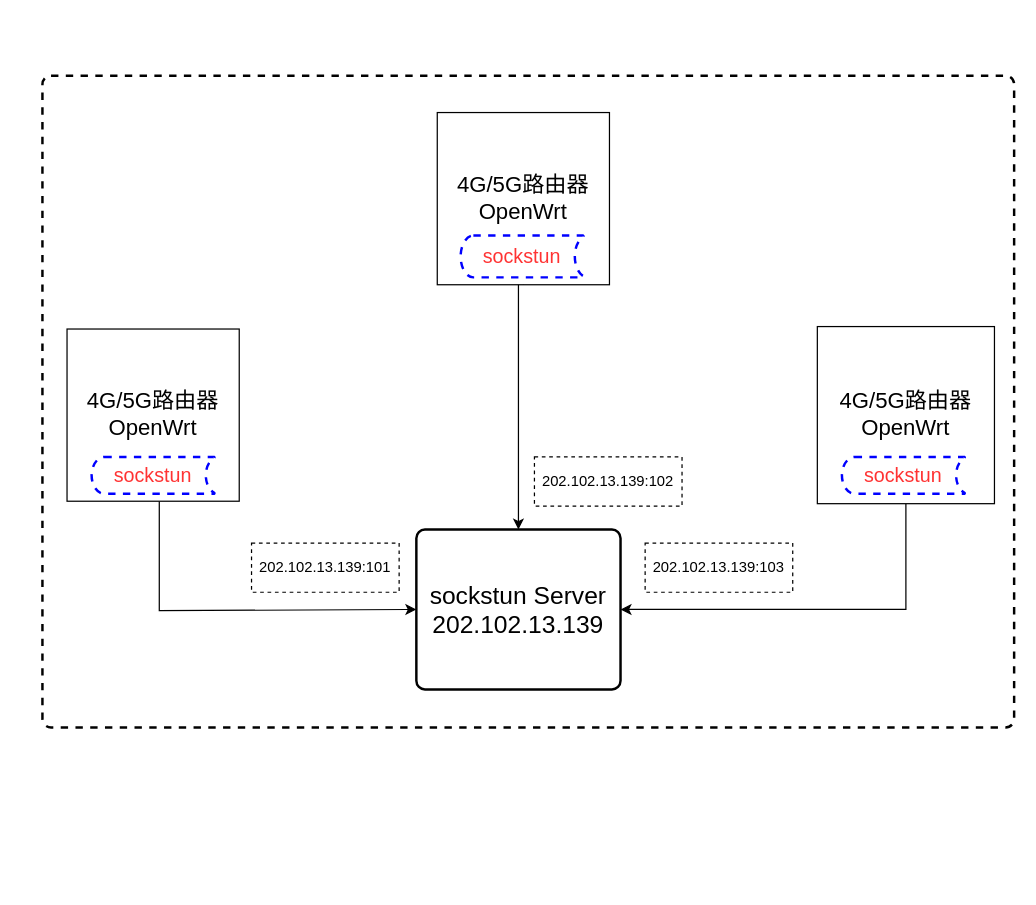
The draw.io diagram sockstun.drawio in nxtreaming/andy_study, before the edit. Source tidied: cells renumbered, new cells numbered last; positions are measured from the earlier drawing's top-left corner, leaving out a move shared by most shapes. Both pictures are drawn from the tidied source at 123%, with x=0, y=0 at pixel (42, 75).
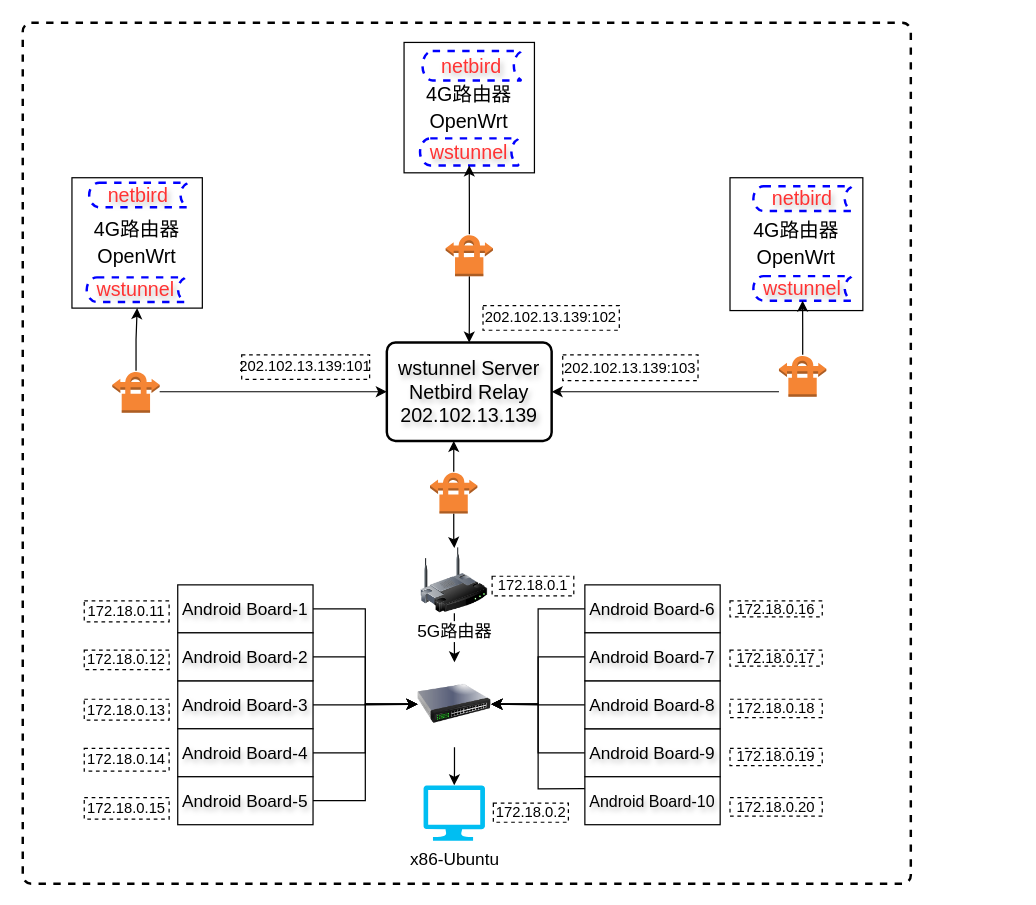
The same diagram, later.

The edit, as a diff of the source:
```diff
@@
     <mxCell id="2" style="rounded=1;whiteSpace=wrap;html=1;absoluteArcSize=1;arcSize=14;strokeWidth=2;dashed=1;" parent="1" vertex="1">
-      <mxGeometry width="790" height="530" as="geometry" />
+      <mxGeometry x="-16" y="-43" width="722" height="700" as="geometry" />
     </mxCell>
-    <mxCell id="3" style="edgeStyle=orthogonalEdgeStyle;rounded=0;jettySize=auto;html=1;entryX=0;entryY=0.5;entryDx=0;entryDy=0;" parent="1" edge="1" source="4" target="12">
-      <mxGeometry relative="1" as="geometry">
-        <Array as="points">
-          <mxPoint x="95" y="435" />
-        </Array>
-      </mxGeometry>
-    </mxCell>
-    <mxCell id="4" value="4G/5G路由器&lt;br style=&quot;font-size: 18px;&quot;&gt;OpenWrt" style="whiteSpace=wrap;html=1;fontSize=18;" parent="1" vertex="1">
-      <mxGeometry x="20" y="206" width="140" height="140" as="geometry" />
+    <mxCell id="4" value="&lt;font style=&quot;font-size: 16px;&quot;&gt;4G路由器&lt;br style=&quot;&quot;&gt;OpenWrt&lt;/font&gt;" style="whiteSpace=wrap;html=1;fontSize=18;" parent="1" vertex="1">
+      <mxGeometry x="24" y="83" width="106" height="106" as="geometry" />
     </mxCell>
-    <mxCell id="5" value="&lt;font color=&quot;#ff3333&quot; style=&quot;font-size: 16px;&quot;&gt;sockstun&lt;/font&gt;" style="strokeWidth=2;html=1;shape=mxgraph.flowchart.stored_data;whiteSpace=wrap;dashed=1;strokeColor=#0000FF;" parent="1" vertex="1">
-      <mxGeometry x="40" y="310" width="100" height="30" as="geometry" />
+    <mxCell id="5" value="&lt;font color=&quot;#ff3333&quot; style=&quot;font-size: 16px;&quot;&gt;wstunnel&lt;/font&gt;" style="strokeWidth=2;html=1;shape=mxgraph.flowchart.stored_data;whiteSpace=wrap;dashed=1;strokeColor=#0000FF;textShadow=1;" parent="1" vertex="1">
+      <mxGeometry x="36" y="164" width="80" height="20" as="geometry" />
     </mxCell>
-    <mxCell id="6" style="edgeStyle=orthogonalEdgeStyle;rounded=0;jettySize=auto;html=1;exitX=0.5;exitY=1;exitDx=0;exitDy=0;entryX=0.5;entryY=0;entryDx=0;entryDy=0;" parent="1" edge="1" source="7" target="12">
-      <mxGeometry relative="1" as="geometry">
-        <Array as="points">
-          <mxPoint x="387" y="116" />
-        </Array>
-      </mxGeometry>
-    </mxCell>
-    <mxCell id="7" value="4G/5G路由器&lt;br style=&quot;font-size: 18px;&quot;&gt;OpenWrt" style="whiteSpace=wrap;html=1;fontSize=18;" parent="1" vertex="1">
-      <mxGeometry x="321" y="30" width="140" height="140" as="geometry" />
+    <mxCell id="7" value="&lt;font style=&quot;font-size: 16px;&quot;&gt;4G路由器&lt;br style=&quot;&quot;&gt;OpenWrt&lt;/font&gt;" style="whiteSpace=wrap;html=1;fontSize=18;" parent="1" vertex="1">
+      <mxGeometry x="294" y="-27" width="106" height="106" as="geometry" />
     </mxCell>
-    <mxCell id="8" value="&lt;font color=&quot;#ff3333&quot; style=&quot;font-size: 16px;&quot;&gt;sockstun&lt;/font&gt;" style="strokeWidth=2;html=1;shape=mxgraph.flowchart.stored_data;whiteSpace=wrap;dashed=1;strokeColor=#0000FF;" parent="1" vertex="1">
-      <mxGeometry x="340" y="130" width="100" height="34" as="geometry" />
+    <mxCell id="8" value="&lt;font color=&quot;#ff3333&quot; style=&quot;font-size: 16px;&quot;&gt;wstunnel&lt;/font&gt;" style="strokeWidth=2;html=1;shape=mxgraph.flowchart.stored_data;whiteSpace=wrap;dashed=1;strokeColor=#0000FF;textShadow=1;" parent="1" vertex="1">
+      <mxGeometry x="307" y="51" width="80" height="22" as="geometry" />
     </mxCell>
-    <mxCell id="9" style="edgeStyle=orthogonalEdgeStyle;rounded=0;jettySize=auto;html=1;exitX=0.5;exitY=1;exitDx=0;exitDy=0;entryX=1;entryY=0.5;entryDx=0;entryDy=0;" parent="1" edge="1" source="10" target="12">
-      <mxGeometry relative="1" as="geometry" />
-    </mxCell>
-    <mxCell id="10" value="4G/5G路由器&lt;br style=&quot;font-size: 18px;&quot;&gt;OpenWrt" style="whiteSpace=wrap;html=1;fontSize=18;" parent="1" vertex="1">
-      <mxGeometry x="630" y="204" width="144" height="144" as="geometry" />
+    <mxCell id="10" value="&lt;font style=&quot;font-size: 16px;&quot;&gt;4G路由器&lt;br style=&quot;&quot;&gt;OpenWrt&lt;/font&gt;" style="whiteSpace=wrap;html=1;fontSize=18;" parent="1" vertex="1">
+      <mxGeometry x="559" y="83" width="108" height="108" as="geometry" />
     </mxCell>
-    <mxCell id="11" value="&lt;font color=&quot;#ff3333&quot; style=&quot;font-size: 16px;&quot;&gt;sockstun&lt;/font&gt;" style="strokeWidth=2;html=1;shape=mxgraph.flowchart.stored_data;whiteSpace=wrap;dashed=1;strokeColor=#0000FF;" parent="1" vertex="1">
-      <mxGeometry x="650" y="310" width="100" height="30" as="geometry" />
+    <mxCell id="11" value="&lt;font color=&quot;#ff3333&quot; style=&quot;font-size: 16px;&quot;&gt;wstunnel&lt;/font&gt;" style="strokeWidth=2;html=1;shape=mxgraph.flowchart.stored_data;whiteSpace=wrap;dashed=1;strokeColor=#0000FF;textShadow=1;" parent="1" vertex="1">
+      <mxGeometry x="578" y="163" width="80" height="20" as="geometry" />
     </mxCell>
-    <mxCell id="12" value="&lt;font style=&quot;font-size: 20px;&quot;&gt;sockstun Server&lt;br&gt;202.102.13.139&lt;br&gt;&lt;/font&gt;" style="rounded=1;whiteSpace=wrap;html=1;absoluteArcSize=1;arcSize=14;strokeWidth=2;" parent="1" vertex="1">
-      <mxGeometry x="304" y="369" width="166" height="130" as="geometry" />
+    <mxCell id="12" value="&lt;font style=&quot;font-size: 16px;&quot;&gt;wstunnel Server&lt;/font&gt;&lt;div style=&quot;font-size: 16px;&quot;&gt;&lt;font style=&quot;font-size: 16px;&quot;&gt;&lt;font style=&quot;font-size: 16px;&quot;&gt;Netbird Relay&lt;br&gt;202.102.13.139&lt;/font&gt;&lt;br&gt;&lt;/font&gt;&lt;/div&gt;" style="rounded=1;whiteSpace=wrap;html=1;absoluteArcSize=1;arcSize=14;strokeWidth=2;textShadow=1;" parent="1" vertex="1">
+      <mxGeometry x="280" y="217" width="134" height="80" as="geometry" />
     </mxCell>
     <mxCell id="13" value="202.102.13.139:101" style="rounded=0;whiteSpace=wrap;html=1;dashed=1;" parent="1" vertex="1">
-      <mxGeometry x="170" y="380" width="120" height="40" as="geometry" />
+      <mxGeometry x="162" y="227" width="104" height="20" as="geometry" />
     </mxCell>
     <mxCell id="14" value="202.102.13.139:102" style="rounded=0;whiteSpace=wrap;html=1;dashed=1;" parent="1" vertex="1">
-      <mxGeometry x="400" y="310" width="120" height="40" as="geometry" />
+      <mxGeometry x="358.2" y="187" width="110.8" height="20" as="geometry" />
     </mxCell>
     <mxCell id="15" value="202.102.13.139:103" style="rounded=0;whiteSpace=wrap;html=1;strokeColor=default;dashed=1;" parent="1" vertex="1">
-      <mxGeometry x="490" y="380" width="120" height="40" as="geometry" />
+      <mxGeometry x="423" y="227" width="110" height="21" as="geometry" />
     </mxCell>
@@
+    <mxCell id="17" style="edgeStyle=orthogonalEdgeStyle;rounded=0;jettySize=auto;html=1;entryX=0.5;entryY=1;entryDx=0;entryDy=0;" parent="1" edge="1" source="19" target="4">
+      <mxGeometry relative="1" as="geometry" />
+    </mxCell>
+    <mxCell id="18" style="edgeStyle=orthogonalEdgeStyle;rounded=0;jettySize=auto;html=1;entryX=0;entryY=0.5;entryDx=0;entryDy=0;" parent="1" edge="1" source="19" target="12">
+      <mxGeometry relative="1" as="geometry" />
+    </mxCell>
+    <mxCell id="19" style="outlineConnect=0;dashed=0;verticalLabelPosition=bottom;verticalAlign=top;align=center;html=1;shape=mxgraph.aws3.vpn_connection;fillColor=#F58534;gradientColor=none;" parent="1" vertex="1">
+      <mxGeometry x="56.8" y="240" width="38.5" height="34" as="geometry" />
+    </mxCell>
+    <mxCell id="20" style="edgeStyle=orthogonalEdgeStyle;rounded=0;jettySize=auto;html=1;" parent="1" edge="1" source="22" target="8">
+      <mxGeometry relative="1" as="geometry" />
+    </mxCell>
+    <mxCell id="21" style="edgeStyle=orthogonalEdgeStyle;rounded=0;jettySize=auto;html=1;entryX=0.5;entryY=0;entryDx=0;entryDy=0;" parent="1" edge="1" source="22" target="12">
+      <mxGeometry relative="1" as="geometry" />
+    </mxCell>
+    <mxCell id="22" style="outlineConnect=0;dashed=0;verticalLabelPosition=bottom;verticalAlign=top;align=center;html=1;shape=mxgraph.aws3.vpn_connection;fillColor=#F58534;gradientColor=none;" parent="1" vertex="1">
+      <mxGeometry x="327.8" y="129" width="38.5" height="34" as="geometry" />
+    </mxCell>
+    <mxCell id="23" style="edgeStyle=orthogonalEdgeStyle;rounded=0;jettySize=auto;html=1;" parent="1" edge="1" source="25" target="11">
+      <mxGeometry relative="1" as="geometry" />
+    </mxCell>
+    <mxCell id="24" style="edgeStyle=orthogonalEdgeStyle;rounded=0;jettySize=auto;html=1;entryX=1;entryY=0.5;entryDx=0;entryDy=0;" parent="1" edge="1" source="25" target="12">
+      <mxGeometry relative="1" as="geometry">
+        <Array as="points">
+          <mxPoint x="584" y="257" />
+          <mxPoint x="584" y="257" />
+        </Array>
+      </mxGeometry>
+    </mxCell>
+    <mxCell id="25" style="outlineConnect=0;dashed=0;verticalLabelPosition=bottom;verticalAlign=top;align=center;html=1;shape=mxgraph.aws3.vpn_connection;fillColor=#F58534;gradientColor=none;" parent="1" vertex="1">
+      <mxGeometry x="598.8" y="227" width="38.5" height="34" as="geometry" />
+    </mxCell>
+    <mxCell id="26" value="&lt;font color=&quot;#ff3333&quot; style=&quot;font-size: 16px;&quot;&gt;netbird&lt;/font&gt;" style="strokeWidth=2;html=1;shape=mxgraph.flowchart.stored_data;whiteSpace=wrap;dashed=1;strokeColor=#0000FF;fillStyle=auto;textShadow=1;" parent="1" vertex="1">
+      <mxGeometry x="38" y="87" width="80" height="20" as="geometry" />
+    </mxCell>
+    <mxCell id="27" value="&lt;font color=&quot;#ff3333&quot; style=&quot;font-size: 16px;&quot;&gt;netbird&lt;/font&gt;" style="strokeWidth=2;html=1;shape=mxgraph.flowchart.stored_data;whiteSpace=wrap;dashed=1;strokeColor=#0000FF;textShadow=1;" parent="1" vertex="1">
+      <mxGeometry x="309" y="-20" width="80" height="24" as="geometry" />
+    </mxCell>
+    <mxCell id="28" value="&lt;font color=&quot;#ff3333&quot; style=&quot;font-size: 16px;&quot;&gt;netbird&lt;/font&gt;" style="strokeWidth=2;html=1;shape=mxgraph.flowchart.stored_data;whiteSpace=wrap;dashed=1;strokeColor=#0000FF;textShadow=1;" parent="1" vertex="1">
+      <mxGeometry x="578" y="90" width="80" height="20" as="geometry" />
+    </mxCell>
+    <mxCell id="29" style="edgeStyle=orthogonalEdgeStyle;rounded=0;jettySize=auto;html=1;" parent="1" edge="1" source="30" target="54">
+      <mxGeometry relative="1" as="geometry" />
+    </mxCell>
+    <mxCell id="30" style="image;html=1;image=img/lib/clip_art/networking/Switch_128x128.png;" parent="1" vertex="1">
+      <mxGeometry x="305" y="476" width="60" height="70" as="geometry" />
+    </mxCell>
+    <mxCell id="31" style="edgeStyle=orthogonalEdgeStyle;rounded=0;jettySize=auto;html=1;exitX=1;exitY=0.5;exitDx=0;exitDy=0;entryX=0;entryY=0.5;entryDx=0;entryDy=0;" parent="1" edge="1" source="32" target="30">
+      <mxGeometry relative="1" as="geometry" />
+    </mxCell>
+    <mxCell id="32" value="&lt;font style=&quot;font-size: 14px;&quot;&gt;Android Board-3&lt;/font&gt;" style="rounded=0;whiteSpace=wrap;html=1;textShadow=1;" parent="1" vertex="1">
+      <mxGeometry x="110" y="492" width="110" height="39" as="geometry" />
+    </mxCell>
+    <mxCell id="33" style="edgeStyle=orthogonalEdgeStyle;rounded=0;jettySize=auto;html=1;entryX=0;entryY=0.5;entryDx=0;entryDy=0;" parent="1" edge="1" source="34" target="30">
+      <mxGeometry relative="1" as="geometry" />
+    </mxCell>
+    <mxCell id="34" value="&lt;font style=&quot;font-size: 14px;&quot;&gt;Android Board-1&lt;/font&gt;" style="rounded=0;whiteSpace=wrap;html=1;textShadow=1;" parent="1" vertex="1">
+      <mxGeometry x="110" y="414" width="110" height="39" as="geometry" />
+    </mxCell>
+    <mxCell id="35" style="edgeStyle=orthogonalEdgeStyle;rounded=0;jettySize=auto;html=1;exitX=0;exitY=0.5;exitDx=0;exitDy=0;entryX=1;entryY=0.5;entryDx=0;entryDy=0;" parent="1" edge="1" source="36" target="30">
+      <mxGeometry relative="1" as="geometry" />
+    </mxCell>
+    <mxCell id="36" value="&lt;font style=&quot;font-size: 14px;&quot;&gt;Android Board-9&lt;/font&gt;" style="rounded=0;whiteSpace=wrap;html=1;textShadow=1;" parent="1" vertex="1">
+      <mxGeometry x="441" y="531" width="110" height="39" as="geometry" />
+    </mxCell>
+    <mxCell id="37" style="edgeStyle=orthogonalEdgeStyle;rounded=0;jettySize=auto;html=1;exitX=1;exitY=0.5;exitDx=0;exitDy=0;entryX=0;entryY=0.5;entryDx=0;entryDy=0;" parent="1" edge="1" source="38" target="30">
+      <mxGeometry relative="1" as="geometry" />
+    </mxCell>
+    <mxCell id="38" value="&lt;font style=&quot;font-size: 14px;&quot;&gt;Android&lt;/font&gt;&lt;span style=&quot;font-size: 14px; background-color: initial;&quot;&gt;&amp;nbsp;Board-4&lt;/span&gt;" style="rounded=0;whiteSpace=wrap;html=1;textShadow=1;" parent="1" vertex="1">
+      <mxGeometry x="110" y="531" width="110" height="39" as="geometry" />
+    </mxCell>
+    <mxCell id="39" style="edgeStyle=orthogonalEdgeStyle;rounded=0;jettySize=auto;html=1;exitX=0;exitY=0.5;exitDx=0;exitDy=0;entryX=1;entryY=0.5;entryDx=0;entryDy=0;" parent="1" edge="1" source="40" target="30">
+      <mxGeometry relative="1" as="geometry" />
+    </mxCell>
+    <mxCell id="40" value="&lt;font style=&quot;font-size: 14px;&quot;&gt;Android Board-8&lt;/font&gt;" style="rounded=0;whiteSpace=wrap;html=1;textShadow=1;" parent="1" vertex="1">
+      <mxGeometry x="441" y="492" width="110" height="39" as="geometry" />
+    </mxCell>
+    <mxCell id="41" style="edgeStyle=orthogonalEdgeStyle;rounded=0;jettySize=auto;html=1;exitX=1;exitY=0.5;exitDx=0;exitDy=0;entryX=0;entryY=0.5;entryDx=0;entryDy=0;" parent="1" edge="1" source="42" target="30">
+      <mxGeometry relative="1" as="geometry" />
+    </mxCell>
+    <mxCell id="42" value="&lt;font style=&quot;font-size: 14px;&quot;&gt;Android Board-5&lt;/font&gt;" style="rounded=0;whiteSpace=wrap;html=1;textShadow=1;" parent="1" vertex="1">
+      <mxGeometry x="110" y="570" width="110" height="39" as="geometry" />
+    </mxCell>
+    <mxCell id="43" style="edgeStyle=orthogonalEdgeStyle;rounded=0;jettySize=auto;html=1;" parent="1" edge="1" source="44" target="30">
+      <mxGeometry relative="1" as="geometry" />
+    </mxCell>
+    <mxCell id="44" value="&lt;font style=&quot;font-size: 14px;&quot;&gt;Android Board-2&lt;/font&gt;" style="rounded=0;whiteSpace=wrap;html=1;textShadow=1;" parent="1" vertex="1">
+      <mxGeometry x="110" y="453" width="110" height="39" as="geometry" />
+    </mxCell>
+    <mxCell id="45" style="edgeStyle=orthogonalEdgeStyle;rounded=0;jettySize=auto;html=1;exitX=0;exitY=0.25;exitDx=0;exitDy=0;entryX=1;entryY=0.5;entryDx=0;entryDy=0;" parent="1" edge="1" source="46" target="30">
+      <mxGeometry relative="1" as="geometry" />
+    </mxCell>
+    <mxCell id="46" value="&lt;font style=&quot;font-size: 13px;&quot;&gt;Android Board-10&lt;/font&gt;" style="rounded=0;whiteSpace=wrap;html=1;textShadow=1;" parent="1" vertex="1">
+      <mxGeometry x="441" y="570" width="110" height="39" as="geometry" />
+    </mxCell>
+    <mxCell id="47" style="edgeStyle=orthogonalEdgeStyle;rounded=0;jettySize=auto;html=1;entryX=1;entryY=0.5;entryDx=0;entryDy=0;" parent="1" edge="1" source="48" target="30">
+      <mxGeometry relative="1" as="geometry" />
+    </mxCell>
+    <mxCell id="48" value="&lt;font style=&quot;font-size: 14px;&quot;&gt;Android Board-6&lt;/font&gt;" style="rounded=0;whiteSpace=wrap;html=1;textShadow=1;" parent="1" vertex="1">
+      <mxGeometry x="441" y="414" width="110" height="39" as="geometry" />
+    </mxCell>
+    <mxCell id="49" style="edgeStyle=orthogonalEdgeStyle;rounded=0;jettySize=auto;html=1;exitX=0;exitY=0.5;exitDx=0;exitDy=0;entryX=1;entryY=0.5;entryDx=0;entryDy=0;" parent="1" edge="1" source="50" target="30">
+      <mxGeometry relative="1" as="geometry" />
+    </mxCell>
+    <mxCell id="50" value="&lt;font style=&quot;font-size: 14px;&quot;&gt;Android Board-7&lt;/font&gt;" style="rounded=0;whiteSpace=wrap;html=1;textShadow=1;" parent="1" vertex="1">
+      <mxGeometry x="441" y="453" width="110" height="39" as="geometry" />
+    </mxCell>
+    <mxCell id="51" style="edgeStyle=orthogonalEdgeStyle;rounded=0;jettySize=auto;html=1;exitX=0.5;exitY=1;exitDx=0;exitDy=0;" parent="1" edge="1" source="53">
+      <mxGeometry relative="1" as="geometry">
+        <mxPoint x="335" y="477" as="targetPoint" />
+      </mxGeometry>
+    </mxCell>
+    <mxCell id="52" style="edgeStyle=orthogonalEdgeStyle;rounded=0;jettySize=auto;html=1;" parent="1" edge="1" source="56" target="12">
+      <mxGeometry relative="1" as="geometry">
+        <Array as="points">
+          <mxPoint x="334" y="307" />
+          <mxPoint x="334" y="307" />
+        </Array>
+      </mxGeometry>
+    </mxCell>
+    <mxCell id="53" value="&lt;font style=&quot;font-size: 14px;&quot;&gt;5G路由器&lt;/font&gt;" style="image;html=1;image=img/lib/clip_art/networking/Wireless_Router_128x128.png;" parent="1" vertex="1">
+      <mxGeometry x="302" y="384" width="65.8" height="53" as="geometry" />
+    </mxCell>
+    <mxCell id="54" value="&lt;font style=&quot;font-size: 14px;&quot;&gt;x86-Ubuntu&lt;/font&gt;" style="verticalLabelPosition=bottom;html=1;verticalAlign=top;align=center;strokeColor=none;fillColor=#00BEF2;shape=mxgraph.azure.computer;" parent="1" vertex="1">
+      <mxGeometry x="309.8" y="577" width="50" height="45" as="geometry" />
+    </mxCell>
+    <mxCell id="55" style="edgeStyle=orthogonalEdgeStyle;rounded=0;jettySize=auto;html=1;" parent="1" edge="1" source="56" target="53">
+      <mxGeometry relative="1" as="geometry" />
+    </mxCell>
+    <mxCell id="56" style="outlineConnect=0;dashed=0;verticalLabelPosition=bottom;verticalAlign=top;align=center;html=1;shape=mxgraph.aws3.vpn_connection;fillColor=#F58534;gradientColor=none;" parent="1" vertex="1">
+      <mxGeometry x="315.1" y="322" width="38.5" height="34" as="geometry" />
+    </mxCell>
+    <mxCell id="57" value="172.18.0.11" style="rounded=0;whiteSpace=wrap;html=1;dashed=1;" parent="1" vertex="1">
+      <mxGeometry x="34" y="427" width="69" height="17" as="geometry" />
+    </mxCell>
+    <mxCell id="58" value="172.18.0.12" style="rounded=0;whiteSpace=wrap;html=1;dashed=1;" parent="1" vertex="1">
+      <mxGeometry x="34" y="467" width="69" height="16" as="geometry" />
+    </mxCell>
+    <mxCell id="59" value="172.18.0.13" style="rounded=0;whiteSpace=wrap;html=1;dashed=1;" parent="1" vertex="1">
+      <mxGeometry x="34" y="507" width="69" height="17" as="geometry" />
+    </mxCell>
+    <mxCell id="60" value="172.18.0.14" style="rounded=0;whiteSpace=wrap;html=1;dashed=1;" parent="1" vertex="1">
+      <mxGeometry x="34" y="547" width="69" height="18.5" as="geometry" />
+    </mxCell>
+    <mxCell id="61" value="172.18.0.20" style="rounded=0;whiteSpace=wrap;html=1;dashed=1;" parent="1" vertex="1">
+      <mxGeometry x="559" y="587" width="75" height="15" as="geometry" />
+    </mxCell>
+    <mxCell id="62" value="172.18.0.19" style="rounded=0;whiteSpace=wrap;html=1;dashed=1;" parent="1" vertex="1">
+      <mxGeometry x="559" y="547" width="75" height="14" as="geometry" />
+    </mxCell>
+    <mxCell id="63" value="172.18.0.18" style="rounded=0;whiteSpace=wrap;html=1;dashed=1;" parent="1" vertex="1">
+      <mxGeometry x="559" y="507" width="75" height="15" as="geometry" />
+    </mxCell>
+    <mxCell id="64" value="172.18.0.17" style="rounded=0;whiteSpace=wrap;html=1;dashed=1;" parent="1" vertex="1">
+      <mxGeometry x="559" y="467" width="75" height="13" as="geometry" />
+    </mxCell>
+    <mxCell id="65" value="172.18.0.16" style="rounded=0;whiteSpace=wrap;html=1;dashed=1;" parent="1" vertex="1">
+      <mxGeometry x="559" y="427" width="75" height="13" as="geometry" />
+    </mxCell>
+    <mxCell id="66" value="172.18.0.15" style="rounded=0;whiteSpace=wrap;html=1;dashed=1;" parent="1" vertex="1">
+      <mxGeometry x="34" y="587" width="69" height="17.5" as="geometry" />
+    </mxCell>
+    <mxCell id="67" value="172.18.0.2" style="rounded=0;whiteSpace=wrap;html=1;dashed=1;" parent="1" vertex="1">
+      <mxGeometry x="366.6" y="591.5" width="61" height="15.5" as="geometry" />
+    </mxCell>
+    <mxCell id="68" value="172.18.0.1" style="rounded=0;whiteSpace=wrap;html=1;dashed=1;" parent="1" vertex="1">
+      <mxGeometry x="365.6" y="407" width="66.4" height="16" as="geometry" />
+    </mxCell>
```
